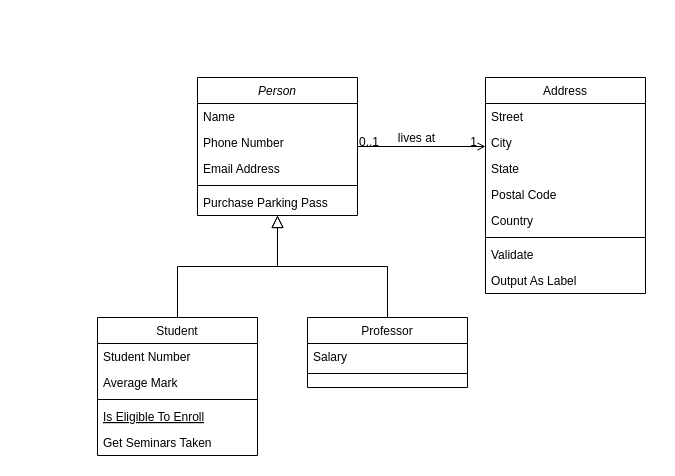
Before: Implementação de projetos WEB.drawio in liviashara/E, a draw.io diagram. Source tidied: cells renumbered, new cells numbered last; positions are measured from the earlier drawing's top-left corner, leaving out a move shared by most shapes. Both pictures are drawn from the tidied source at 100%, with x=0, y=0 at pixel (97, 77).
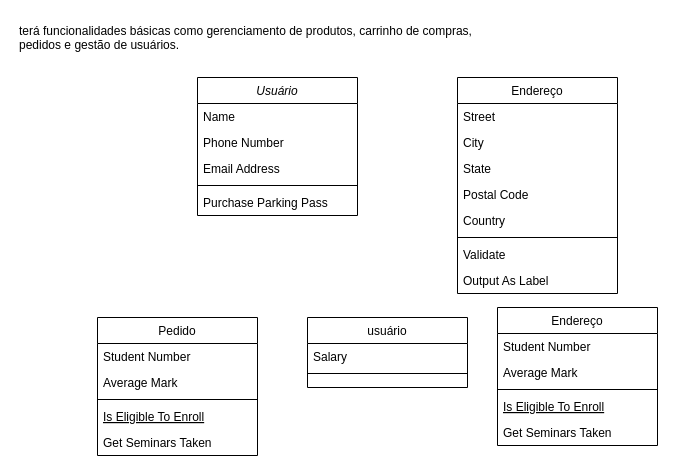
Above is the later version.

Diff of the diagram source:
```diff
@@
-    <mxCell id="2" value="Person" style="swimlane;fontStyle=2;align=center;verticalAlign=top;horizontal=1;startSize=26;rounded=0;shadow=0;strokeWidth=1;" parent="1" vertex="1">
+    <mxCell id="2" value="Usuário" style="swimlane;fontStyle=2;align=center;verticalAlign=top;horizontal=1;startSize=26;rounded=0;shadow=0;strokeWidth=1;" parent="1" vertex="1">
       <mxGeometry x="100" width="160" height="138" as="geometry" />
     </mxCell>
@@
-    <mxCell id="8" value="Student" style="swimlane;fontStyle=0;align=center;verticalAlign=top;horizontal=1;startSize=26;rounded=0;shadow=0;strokeWidth=1;" parent="1" vertex="1">
+    <mxCell id="8" value="Pedido" style="swimlane;fontStyle=0;align=center;verticalAlign=top;horizontal=1;startSize=26;rounded=0;shadow=0;strokeWidth=1;" parent="1" vertex="1">
       <mxGeometry y="240" width="160" height="138" as="geometry" />
     </mxCell>
@@
-    <mxCell id="14" style="endArrow=block;endSize=10;endFill=0;shadow=0;strokeWidth=1;rounded=0;edgeStyle=elbowEdgeStyle;elbow=vertical;" parent="1" edge="1" source="8" target="2">
-      <mxGeometry relative="1" as="geometry" />
-    </mxCell>
-    <mxCell id="15" value="Professor" style="swimlane;fontStyle=0;align=center;verticalAlign=top;horizontal=1;startSize=26;rounded=0;shadow=0;strokeWidth=1;" parent="1" vertex="1">
+    <mxCell id="15" value="usuário" style="swimlane;fontStyle=0;align=center;verticalAlign=top;horizontal=1;startSize=26;rounded=0;shadow=0;strokeWidth=1;" parent="1" vertex="1">
       <mxGeometry x="210" y="240" width="160" height="70" as="geometry" />
     </mxCell>
@@
-    <mxCell id="18" style="endArrow=block;endSize=10;endFill=0;shadow=0;strokeWidth=1;rounded=0;edgeStyle=elbowEdgeStyle;elbow=vertical;" parent="1" edge="1" source="15" target="2">
-      <mxGeometry relative="1" as="geometry" />
-    </mxCell>
-    <mxCell id="19" value="Address" style="swimlane;fontStyle=0;align=center;verticalAlign=top;horizontal=1;startSize=26;rounded=0;shadow=0;strokeWidth=1;" parent="1" vertex="1">
-      <mxGeometry x="388" width="160" height="216" as="geometry" />
+    <mxCell id="19" value="Endereço&#10;&#10;" style="swimlane;fontStyle=0;align=center;verticalAlign=top;horizontal=1;startSize=26;rounded=0;shadow=0;strokeWidth=1;" parent="1" vertex="1">
+      <mxGeometry x="360" width="160" height="216" as="geometry" />
     </mxCell>
@@
-    <mxCell id="28" style="endArrow=open;shadow=0;strokeWidth=1;rounded=0;endFill=1;edgeStyle=elbowEdgeStyle;elbow=vertical;" parent="1" edge="1" source="2" target="19">
-      <mxGeometry x="0.5" y="41" relative="1" as="geometry">
-        <mxPoint x="-40" y="32" as="offset" />
-      </mxGeometry>
-    </mxCell>
-    <mxCell id="29" value="0..1" style="align=left;verticalAlign=bottom;labelBackgroundColor=none;fontSize=12;" parent="28" vertex="1">
-      <mxGeometry x="-1" relative="1" as="geometry">
-        <mxPoint y="4" as="offset" />
-      </mxGeometry>
-    </mxCell>
-    <mxCell id="30" value="1" style="align=right;verticalAlign=bottom;labelBackgroundColor=none;fontSize=12;" parent="28" vertex="1">
-      <mxGeometry x="1" relative="1" as="geometry">
-        <mxPoint x="-7" y="4" as="offset" />
-      </mxGeometry>
-    </mxCell>
-    <mxCell id="31" value="lives at" style="text;html=1;align=center;verticalAlign=middle;labelBackgroundColor=none;rounded=0;shadow=0;strokeWidth=1;fontSize=12;" parent="28" vertex="1">
-      <mxGeometry x="0.5" y="49" relative="1" as="geometry">
-        <mxPoint x="-38" y="40" as="offset" />
-      </mxGeometry>
-    </mxCell>
+    <mxCell id="32" value="terá funcionalidades básicas como gerenciamento de produtos, carrinho de compras, &#10;pedidos e gestão de usuários." style="text;whiteSpace=wrap;html=1;" parent="1" vertex="1">
+      <mxGeometry x="-80" y="-60" width="490" height="50" as="geometry" />
+    </mxCell>
+    <mxCell id="33" value="Endereço" style="swimlane;fontStyle=0;align=center;verticalAlign=top;horizontal=1;startSize=26;rounded=0;shadow=0;strokeWidth=1;" parent="1" vertex="1">
+      <mxGeometry x="400" y="230" width="160" height="138" as="geometry" />
+    </mxCell>
+    <mxCell id="34" value="Student Number" style="text;align=left;verticalAlign=top;spacingLeft=4;spacingRight=4;overflow=hidden;" parent="33" vertex="1">
+      <mxGeometry y="26" width="160" height="26" as="geometry" />
+    </mxCell>
+    <mxCell id="35" value="Average Mark" style="text;align=left;verticalAlign=top;spacingLeft=4;spacingRight=4;overflow=hidden;rounded=0;shadow=0;html=0;" parent="33" vertex="1">
+      <mxGeometry y="52" width="160" height="26" as="geometry" />
+    </mxCell>
+    <mxCell id="36" style="line;html=1;strokeWidth=1;align=left;verticalAlign=middle;spacingTop=-1;spacingLeft=3;spacingRight=3;labelPosition=right;" parent="33" vertex="1">
+      <mxGeometry y="78" width="160" height="8" as="geometry" />
+    </mxCell>
+    <mxCell id="37" value="Is Eligible To Enroll" style="text;align=left;verticalAlign=top;spacingLeft=4;spacingRight=4;overflow=hidden;fontStyle=4;" parent="33" vertex="1">
+      <mxGeometry y="86" width="160" height="26" as="geometry" />
+    </mxCell>
+    <mxCell id="38" value="Get Seminars Taken" style="text;align=left;verticalAlign=top;spacingLeft=4;spacingRight=4;overflow=hidden;" parent="33" vertex="1">
+      <mxGeometry y="112" width="160" height="26" as="geometry" />
+    </mxCell>
```
